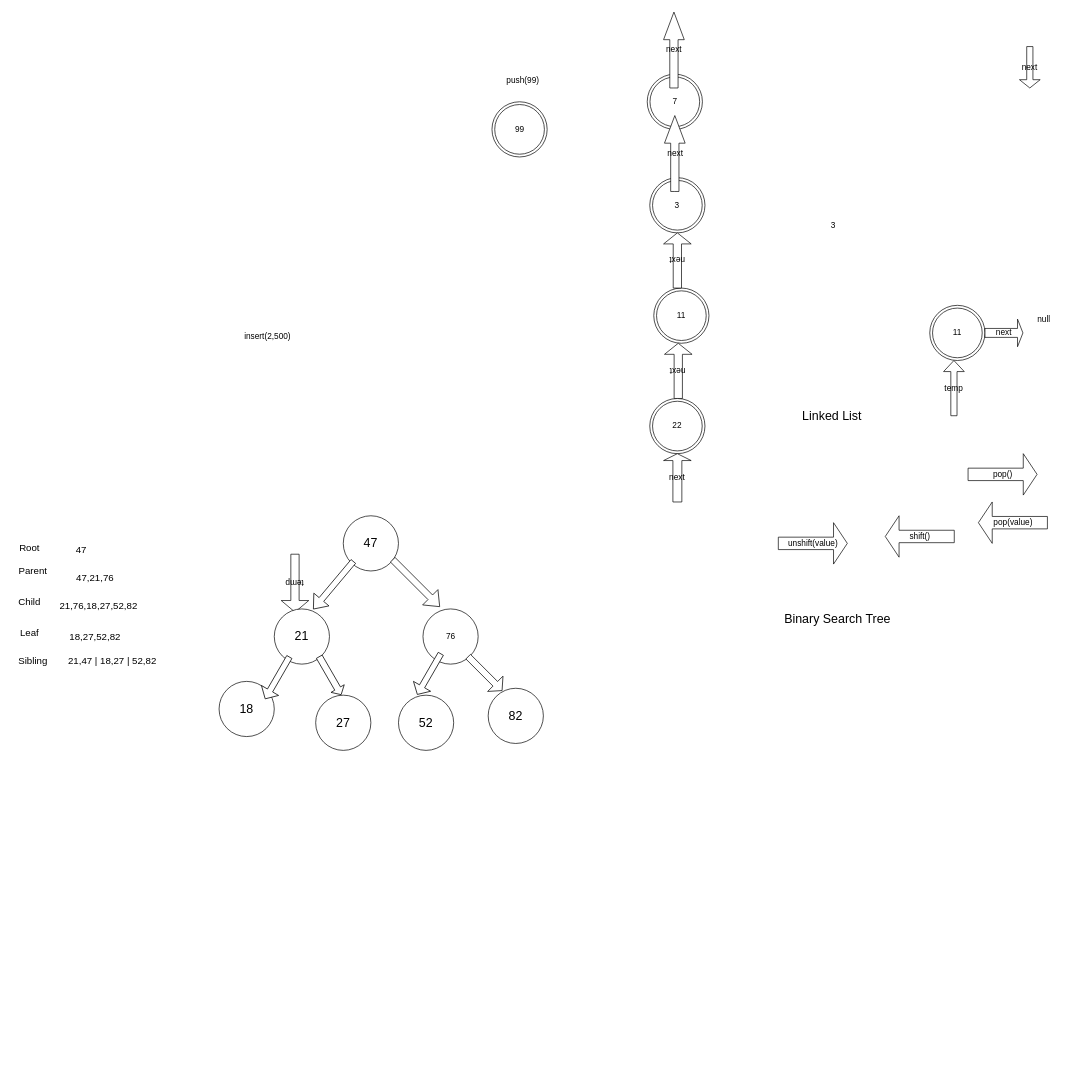
Above: data-structure/linkedList.drawio in anjali-ghanshani/datastructure-and-algorithms-javascript (draw.io), before the change. Source tidied: cells renumbered, new cells numbered last; positions are measured from the earlier drawing's top-left corner, leaving out a move shared by most shapes. Both pictures are drawn from the tidied source at 69%, with x=0, y=0 at pixel (12, 12).
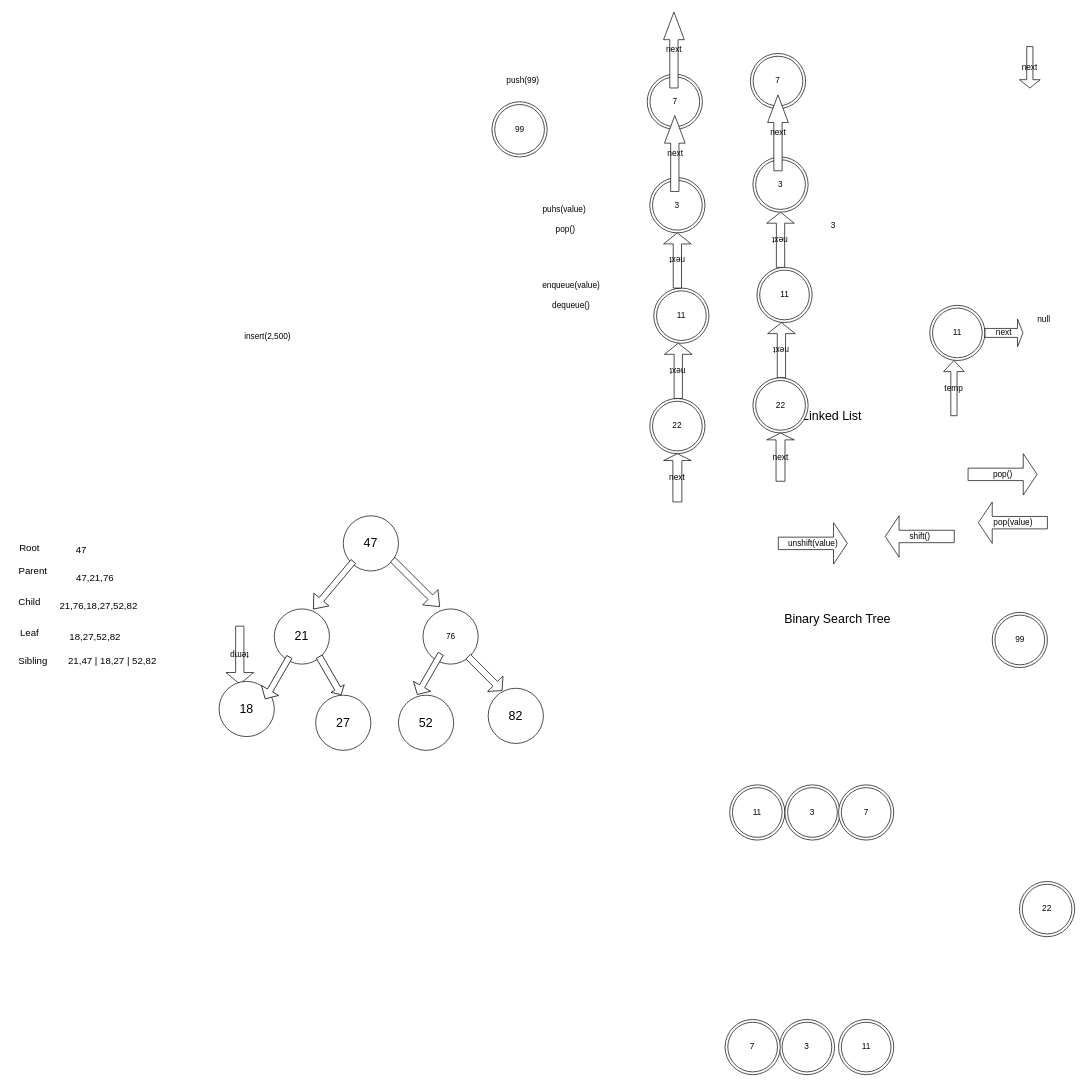
Above is the later version.

Diff of the diagram source:
```diff
@@
     <mxCell id="6" value="temp" style="shape=singleArrow;whiteSpace=wrap;html=1;rotation=-180;direction=north;" parent="1" vertex="1">
-      <mxGeometry x="390" y="785.7" width="40" height="83.9" as="geometry" />
+      <mxGeometry x="310" y="890" width="40" height="83.9" as="geometry" />
     </mxCell>
@@
+    <mxCell id="50" value="11" style="ellipse;shape=doubleEllipse;whiteSpace=wrap;html=1;" parent="1" vertex="1">
+      <mxGeometry x="1079.5" y="370" width="80" height="80" as="geometry" />
+    </mxCell>
+    <mxCell id="51" value="3" style="ellipse;shape=doubleEllipse;whiteSpace=wrap;html=1;" parent="1" vertex="1">
+      <mxGeometry x="1073.7" y="210" width="80" height="80" as="geometry" />
+    </mxCell>
+    <mxCell id="52" value="7" style="ellipse;shape=doubleEllipse;whiteSpace=wrap;html=1;" parent="1" vertex="1">
+      <mxGeometry x="1070" y="60" width="80" height="80" as="geometry" />
+    </mxCell>
+    <mxCell id="53" value="next" style="shape=singleArrow;whiteSpace=wrap;html=1;rotation=-180;direction=south;" parent="1" vertex="1">
+      <mxGeometry x="1095" y="450" width="40" height="80" as="geometry" />
+    </mxCell>
+    <mxCell id="54" value="next" style="shape=singleArrow;whiteSpace=wrap;html=1;rotation=-180;direction=south;" parent="1" vertex="1">
+      <mxGeometry x="1093.7" y="290" width="40" height="80" as="geometry" />
+    </mxCell>
+    <mxCell id="55" value="22" style="ellipse;shape=doubleEllipse;whiteSpace=wrap;html=1;" parent="1" vertex="1">
+      <mxGeometry x="1073.7" y="530" width="80" height="80" as="geometry" />
+    </mxCell>
+    <mxCell id="56" value="next" style="shape=singleArrow;whiteSpace=wrap;html=1;rotation=0;arrowWidth=0.3244804382324219;arrowSize=0.14232971884987572;direction=north;" parent="1" vertex="1">
+      <mxGeometry x="1093.7" y="610" width="40" height="70" as="geometry" />
+    </mxCell>
+    <mxCell id="57" value="next" style="html=1;shadow=0;dashed=0;align=center;verticalAlign=middle;shape=mxgraph.arrows2.arrow;dy=0.6;dx=40;notch=0;direction=north;rotation=0;" parent="1" vertex="1">
+      <mxGeometry x="1095" y="120" width="30" height="110" as="geometry" />
+    </mxCell>
+    <mxCell id="58" value="puhs(value)&lt;br&gt;&lt;br&gt;&amp;nbsp;pop()" style="text;html=1;align=center;verticalAlign=middle;strokeColor=none;fillColor=none;" parent="1" vertex="1">
+      <mxGeometry x="760" y="275" width="80" height="50" as="geometry" />
+    </mxCell>
+    <mxCell id="59" value="enqueue(value)&lt;br&gt;&lt;br&gt;dequeue()" style="text;html=1;align=center;verticalAlign=middle;strokeColor=none;fillColor=none;" parent="1" vertex="1">
+      <mxGeometry x="760" y="385" width="100" height="50" as="geometry" />
+    </mxCell>
+    <mxCell id="60" value="11" style="ellipse;shape=doubleEllipse;whiteSpace=wrap;html=1;" parent="1" vertex="1">
+      <mxGeometry x="1040" y="1120" width="80" height="80" as="geometry" />
+    </mxCell>
+    <mxCell id="61" value="3" style="ellipse;shape=doubleEllipse;whiteSpace=wrap;html=1;" parent="1" vertex="1">
+      <mxGeometry x="1120" y="1120" width="80" height="80" as="geometry" />
+    </mxCell>
+    <mxCell id="62" value="7" style="ellipse;shape=doubleEllipse;whiteSpace=wrap;html=1;" parent="1" vertex="1">
+      <mxGeometry x="1197.8" y="1120" width="80" height="80" as="geometry" />
+    </mxCell>
+    <mxCell id="63" value="22" style="ellipse;shape=doubleEllipse;whiteSpace=wrap;html=1;" parent="1" vertex="1">
+      <mxGeometry x="1460" y="1260" width="80" height="80" as="geometry" />
+    </mxCell>
+    <mxCell id="64" value="11" style="ellipse;shape=doubleEllipse;whiteSpace=wrap;html=1;" parent="1" vertex="1">
+      <mxGeometry x="1197.8" y="1460" width="80" height="80" as="geometry" />
+    </mxCell>
+    <mxCell id="65" value="3" style="ellipse;shape=doubleEllipse;whiteSpace=wrap;html=1;" parent="1" vertex="1">
+      <mxGeometry x="1112" y="1460" width="80" height="80" as="geometry" />
+    </mxCell>
+    <mxCell id="66" value="7" style="ellipse;shape=doubleEllipse;whiteSpace=wrap;html=1;" parent="1" vertex="1">
+      <mxGeometry x="1033.3" y="1460" width="80" height="80" as="geometry" />
+    </mxCell>
+    <mxCell id="67" value="99" style="ellipse;shape=doubleEllipse;whiteSpace=wrap;html=1;" parent="1" vertex="1">
+      <mxGeometry x="1420.5" y="870" width="80" height="80" as="geometry" />
+    </mxCell>
```
